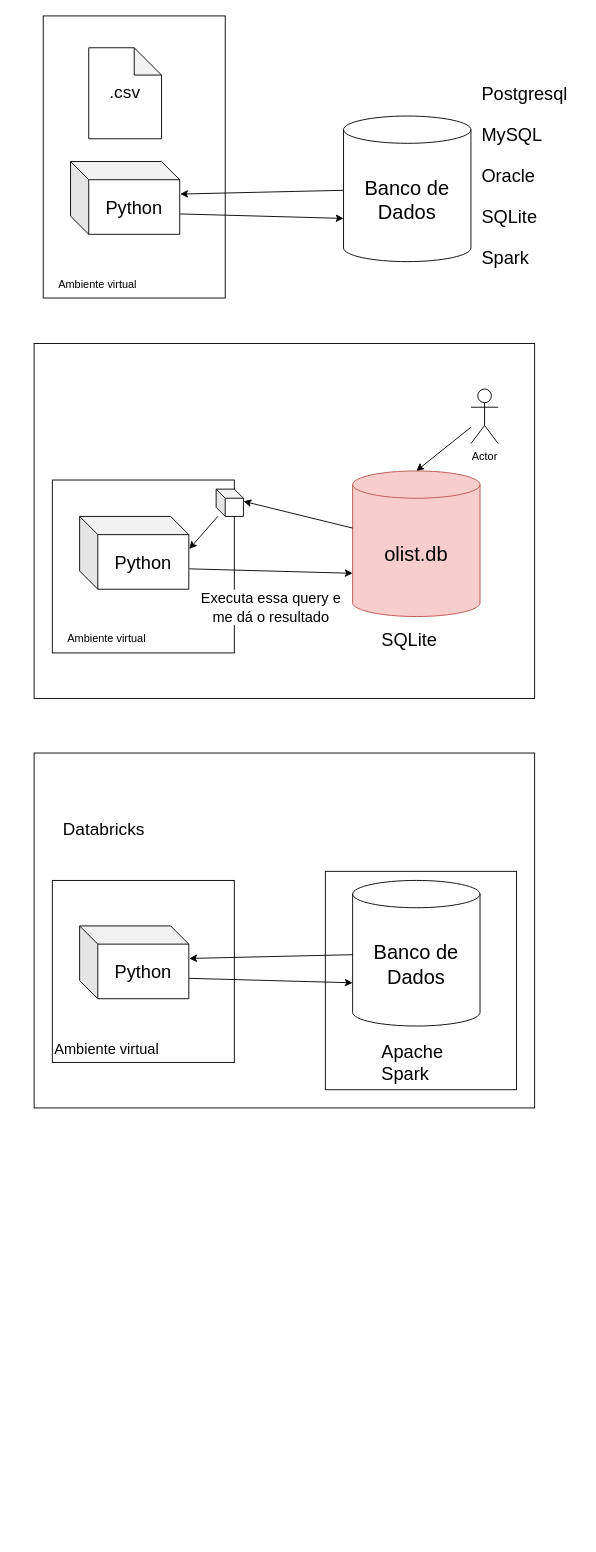
ASN-ROCKS/python-turma05 keeps this draw.io diagram as pandas_base/esquema.drawio. Above is the earlier version. Source tidied: cells renumbered, new cells numbered last; positions are measured from the earlier drawing's top-left corner, leaving out a move shared by most shapes. Both pictures are drawn from the tidied source at 91%, with x=0, y=0 at pixel (34, 15).
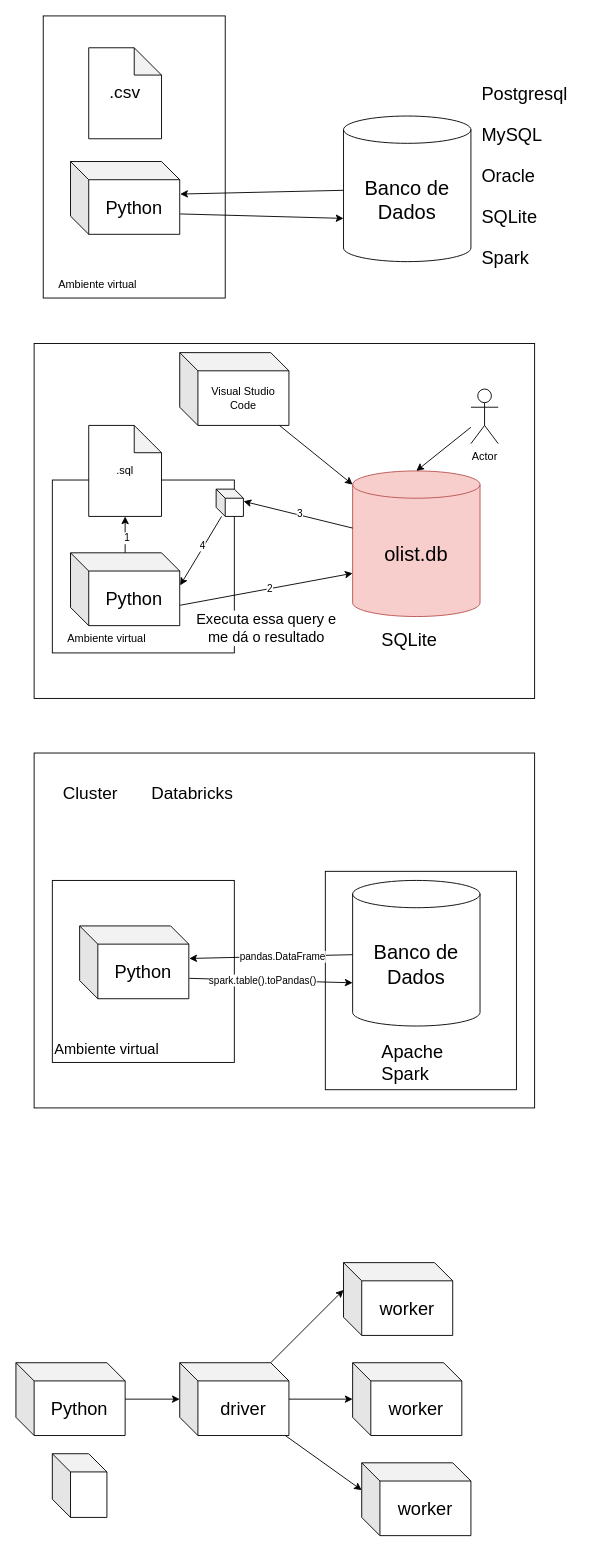
The same diagram, later.

The change refers to these unchanged cells:
```xml
<mxCell id="18" value="&lt;font style=&quot;font-size: 22px;&quot;&gt;olist.db&lt;/font&gt;" style="shape=cylinder3;whiteSpace=wrap;html=1;boundedLbl=1;backgroundOutline=1;size=15;fillColor=#f8cecc;strokeColor=#b85450;" parent="1" vertex="1">
  <mxGeometry x="350" y="500" width="140" height="160" as="geometry" />
</mxCell>
<mxCell id="20" style="edgeStyle=none;html=1;entryX=0;entryY=0;entryDx=0;entryDy=112.5;entryPerimeter=0;exitX=1.004;exitY=0.72;exitDx=0;exitDy=0;exitPerimeter=0;" parent="1" edge="1" source="16" target="18">
  <mxGeometry relative="1" as="geometry" />
</mxCell>
<mxCell id="22" style="edgeStyle=none;html=1;entryX=1.004;entryY=0.447;entryDx=0;entryDy=0;entryPerimeter=0;" parent="1" edge="1" source="36" target="16">
  <mxGeometry relative="1" as="geometry" />
</mxCell>
<mxCell id="30" style="edgeStyle=none;html=1;entryX=0;entryY=0;entryDx=0;entryDy=112.5;entryPerimeter=0;exitX=1.004;exitY=0.72;exitDx=0;exitDy=0;exitPerimeter=0;" parent="1" edge="1" source="25" target="28">
  <mxGeometry relative="1" as="geometry" />
</mxCell>
<mxCell id="31" style="edgeStyle=none;html=1;entryX=1.004;entryY=0.447;entryDx=0;entryDy=0;entryPerimeter=0;" parent="1" edge="1" source="28" target="25">
  <mxGeometry relative="1" as="geometry" />
</mxCell>
<mxCell id="35" style="edgeStyle=none;html=1;entryX=1.004;entryY=0.447;entryDx=0;entryDy=0;entryPerimeter=0;" parent="1" edge="1" source="18" target="36">
  <mxGeometry relative="1" as="geometry" />
</mxCell>
```

The edit, as a diff of the source:
```diff
@@
     <mxCell id="16" value="&lt;font style=&quot;font-size: 20px;&quot;&gt;Python&lt;/font&gt;" style="shape=cube;whiteSpace=wrap;html=1;boundedLbl=1;backgroundOutline=1;darkOpacity=0.05;darkOpacity2=0.1;" parent="1" vertex="1">
-      <mxGeometry x="50" y="550" width="120" height="80" as="geometry" />
+      <mxGeometry x="40" y="590" width="120" height="80" as="geometry" />
     </mxCell>
@@
+    <mxCell id="37" value="2" style="edgeLabel;html=1;align=center;verticalAlign=middle;" parent="20" vertex="1">
+      <mxGeometry x="0.04" relative="1" as="geometry" />
+    </mxCell>
@@
+    <mxCell id="38" value="4" style="edgeLabel;html=1;align=center;verticalAlign=middle;" parent="22" vertex="1">
+      <mxGeometry x="-0.15" y="-2" relative="1" as="geometry" />
+    </mxCell>
@@
+    <mxCell id="39" value="spark.table().toPandas()" style="edgeLabel;html=1;align=center;verticalAlign=middle;" parent="30" vertex="1">
+      <mxGeometry x="-0.44" y="-1" relative="1" as="geometry">
+        <mxPoint x="30" as="offset" />
+      </mxGeometry>
+    </mxCell>
@@
+    <mxCell id="40" value="pandas.DataFrame" style="edgeLabel;html=1;align=center;verticalAlign=middle;" parent="31" vertex="1">
+      <mxGeometry x="-0.13" relative="1" as="geometry" />
+    </mxCell>
-    <mxCell id="32" value="&lt;font style=&quot;font-size: 19px;&quot;&gt;Databricks&lt;/font&gt;" style="text;html=1;align=left;verticalAlign=middle;whiteSpace=wrap;rounded=0;" parent="1" vertex="1">
-      <mxGeometry x="30" y="880" width="60" height="30" as="geometry" />
+    <mxCell id="32" value="&lt;font style=&quot;font-size: 19px;&quot;&gt;Cluster&amp;nbsp; &amp;nbsp; &amp;nbsp; &amp;nbsp;Databricks&lt;/font&gt;" style="text;html=1;align=left;verticalAlign=middle;whiteSpace=wrap;rounded=0;" parent="1" vertex="1">
+      <mxGeometry x="30" y="840" width="300" height="30" as="geometry" />
     </mxCell>
@@
+    <mxCell id="41" value="3" style="edgeLabel;html=1;align=center;verticalAlign=middle;" parent="35" vertex="1">
+      <mxGeometry x="-0.02" y="-2" relative="1" as="geometry">
+        <mxPoint x="-1" as="offset" />
+      </mxGeometry>
+    </mxCell>
@@
+    <mxCell id="42" value="Visual Studio Code" style="shape=cube;whiteSpace=wrap;html=1;boundedLbl=1;backgroundOutline=1;darkOpacity=0.05;darkOpacity2=0.1;" parent="1" vertex="1">
+      <mxGeometry x="160" y="370" width="120" height="80" as="geometry" />
+    </mxCell>
+    <mxCell id="43" style="edgeStyle=none;html=1;entryX=0;entryY=0;entryDx=0;entryDy=15;entryPerimeter=0;" parent="1" edge="1" source="42" target="18">
+      <mxGeometry relative="1" as="geometry" />
+    </mxCell>
+    <mxCell id="44" value=".sql" style="shape=note;whiteSpace=wrap;html=1;backgroundOutline=1;darkOpacity=0.05;" parent="1" vertex="1">
+      <mxGeometry x="60" y="450" width="80" height="100" as="geometry" />
+    </mxCell>
+    <mxCell id="45" style="edgeStyle=none;html=1;entryX=0.5;entryY=1;entryDx=0;entryDy=0;entryPerimeter=0;" parent="1" edge="1" source="16" target="44">
+      <mxGeometry relative="1" as="geometry" />
+    </mxCell>
+    <mxCell id="46" value="1" style="edgeLabel;html=1;align=center;verticalAlign=middle;" parent="45" vertex="1">
+      <mxGeometry x="-0.13" y="-1" relative="1" as="geometry" />
+    </mxCell>
+    <mxCell id="47" style="edgeStyle=none;html=1;" parent="1" edge="1" source="48" target="53">
+      <mxGeometry relative="1" as="geometry" />
+    </mxCell>
+    <mxCell id="48" value="&lt;font style=&quot;font-size: 20px;&quot;&gt;Python&lt;/font&gt;" style="shape=cube;whiteSpace=wrap;html=1;boundedLbl=1;backgroundOutline=1;darkOpacity=0.05;darkOpacity2=0.1;" parent="1" vertex="1">
+      <mxGeometry x="-20" y="1480" width="120" height="80" as="geometry" />
+    </mxCell>
+    <mxCell id="49" value="&lt;font style=&quot;font-size: 20px;&quot;&gt;worker&lt;/font&gt;" style="shape=cube;whiteSpace=wrap;html=1;boundedLbl=1;backgroundOutline=1;darkOpacity=0.05;darkOpacity2=0.1;" parent="1" vertex="1">
+      <mxGeometry x="340" y="1370" width="120" height="80" as="geometry" />
+    </mxCell>
+    <mxCell id="50" value="&lt;font style=&quot;font-size: 20px;&quot;&gt;worker&lt;/font&gt;" style="shape=cube;whiteSpace=wrap;html=1;boundedLbl=1;backgroundOutline=1;darkOpacity=0.05;darkOpacity2=0.1;" parent="1" vertex="1">
+      <mxGeometry x="350" y="1480" width="120" height="80" as="geometry" />
+    </mxCell>
+    <mxCell id="51" value="&lt;font style=&quot;font-size: 20px;&quot;&gt;worker&lt;/font&gt;" style="shape=cube;whiteSpace=wrap;html=1;boundedLbl=1;backgroundOutline=1;darkOpacity=0.05;darkOpacity2=0.1;" parent="1" vertex="1">
+      <mxGeometry x="360" y="1590" width="120" height="80" as="geometry" />
+    </mxCell>
+    <mxCell id="52" style="edgeStyle=none;html=1;" parent="1" edge="1" source="53" target="50">
+      <mxGeometry relative="1" as="geometry" />
+    </mxCell>
+    <mxCell id="53" value="&lt;font style=&quot;font-size: 20px;&quot;&gt;driver&lt;/font&gt;" style="shape=cube;whiteSpace=wrap;html=1;boundedLbl=1;backgroundOutline=1;darkOpacity=0.05;darkOpacity2=0.1;" parent="1" vertex="1">
+      <mxGeometry x="160" y="1480" width="120" height="80" as="geometry" />
+    </mxCell>
+    <mxCell id="54" style="edgeStyle=none;html=1;entryX=0;entryY=0;entryDx=0;entryDy=30;entryPerimeter=0;" parent="1" edge="1" source="53" target="49">
+      <mxGeometry relative="1" as="geometry" />
+    </mxCell>
+    <mxCell id="55" style="edgeStyle=none;html=1;" parent="1" edge="1" source="53">
+      <mxGeometry relative="1" as="geometry">
+        <mxPoint x="360" y="1620" as="targetPoint" />
+      </mxGeometry>
+    </mxCell>
+    <mxCell id="56" style="shape=cube;whiteSpace=wrap;html=1;boundedLbl=1;backgroundOutline=1;darkOpacity=0.05;darkOpacity2=0.1;" parent="1" vertex="1">
+      <mxGeometry x="20" y="1580" width="60" height="70" as="geometry" />
+    </mxCell>
```
